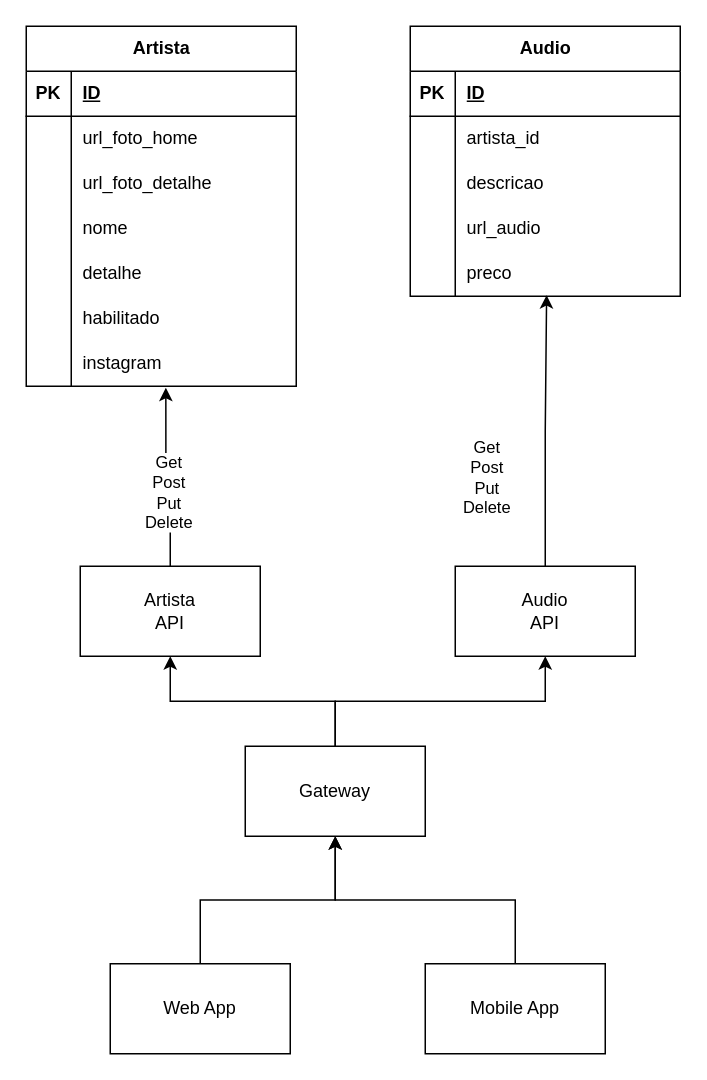
The draw.io diagram desenho-app.drawio in icaroclaro/bordoes-api, before the edit. Source tidied: cells renumbered, new cells numbered last; positions are measured from the earlier drawing's top-left corner, leaving out a move shared by most shapes. Both pictures are drawn from the tidied source at 150%, with x=0, y=0 at pixel (26, 26).
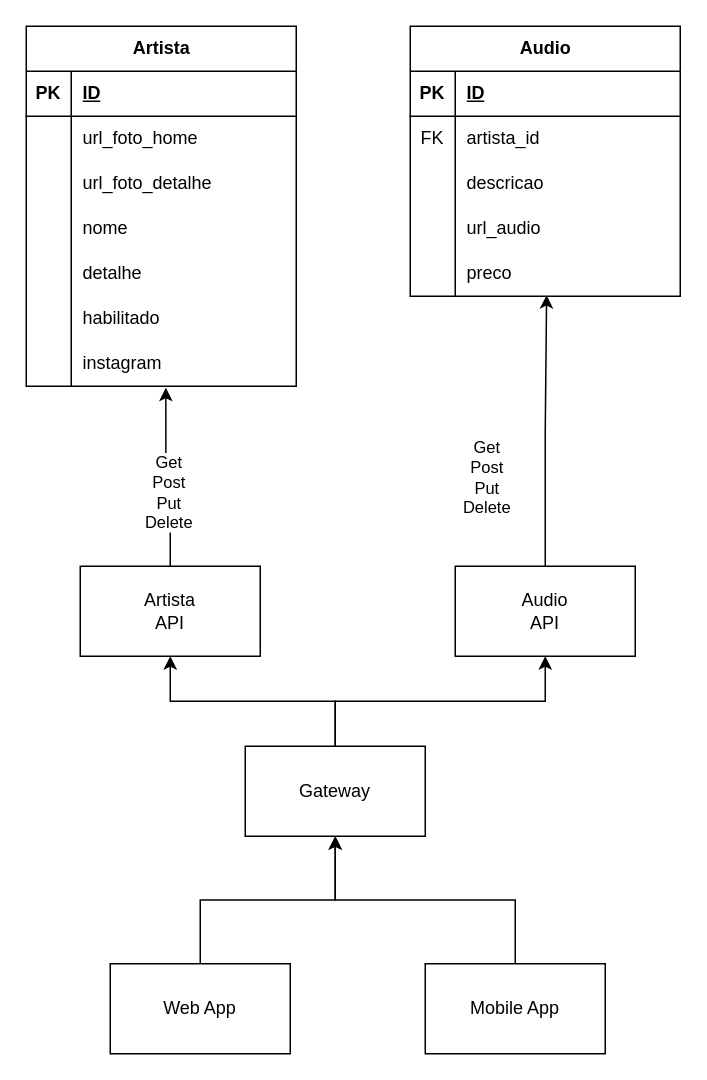
The same diagram, later.

Unchanged cells that the change refers to:
```xml
<mxCell id="38" style="shape=tableRow;horizontal=0;startSize=0;swimlaneHead=0;swimlaneBody=0;fillColor=none;top=0;left=0;right=0;bottom=0;" parent="34" vertex="1">
  <mxGeometry y="60" width="180" height="30" as="geometry" />
</mxCell>
```

Diff of the diagram source:
```diff
@@
-    <mxCell id="39" style="shape=partialRectangle;fillColor=none;top=0;left=0;bottom=0;right=0;overflow=hidden;whiteSpace=wrap;html=1;" parent="38" vertex="1">
+    <mxCell id="39" value="FK" style="shape=partialRectangle;fillColor=none;top=0;left=0;bottom=0;right=0;overflow=hidden;whiteSpace=wrap;html=1;" parent="38" vertex="1">
       <mxGeometry width="30" height="30" as="geometry" />
     </mxCell>
```
